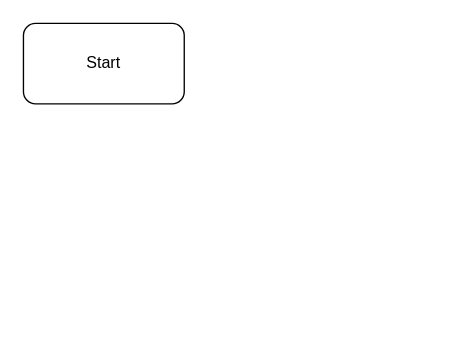
Before: extudent-order.drawio in BlackIQ/.github, a draw.io diagram. Source tidied: cells renumbered, new cells numbered last; positions are measured from the earlier drawing's top-left corner, leaving out a move shared by most shapes. Both pictures are drawn from the tidied source at 134%, with x=0, y=0 at pixel (23, 23).
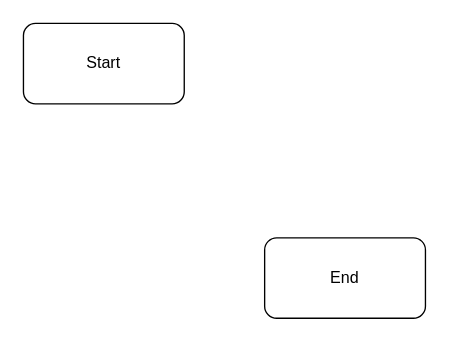
The same diagram, later.

What changed in the source:
```diff
@@
 <mxGraphModel>
   <root>
     <mxCell id="0" />
     <mxCell id="1" parent="0" />
     <mxCell id="2" value="Start" style="rounded=1;whiteSpace=wrap;html=1;" parent="1" vertex="1">
       <mxGeometry width="120" height="60" as="geometry" />
     </mxCell>
+    <mxCell id="3" value="End" style="rounded=1;whiteSpace=wrap;html=1;" parent="1" vertex="1">
+      <mxGeometry x="180" y="160" width="120" height="60" as="geometry" />
+    </mxCell>
   </root>
 </mxGraphModel>
```
